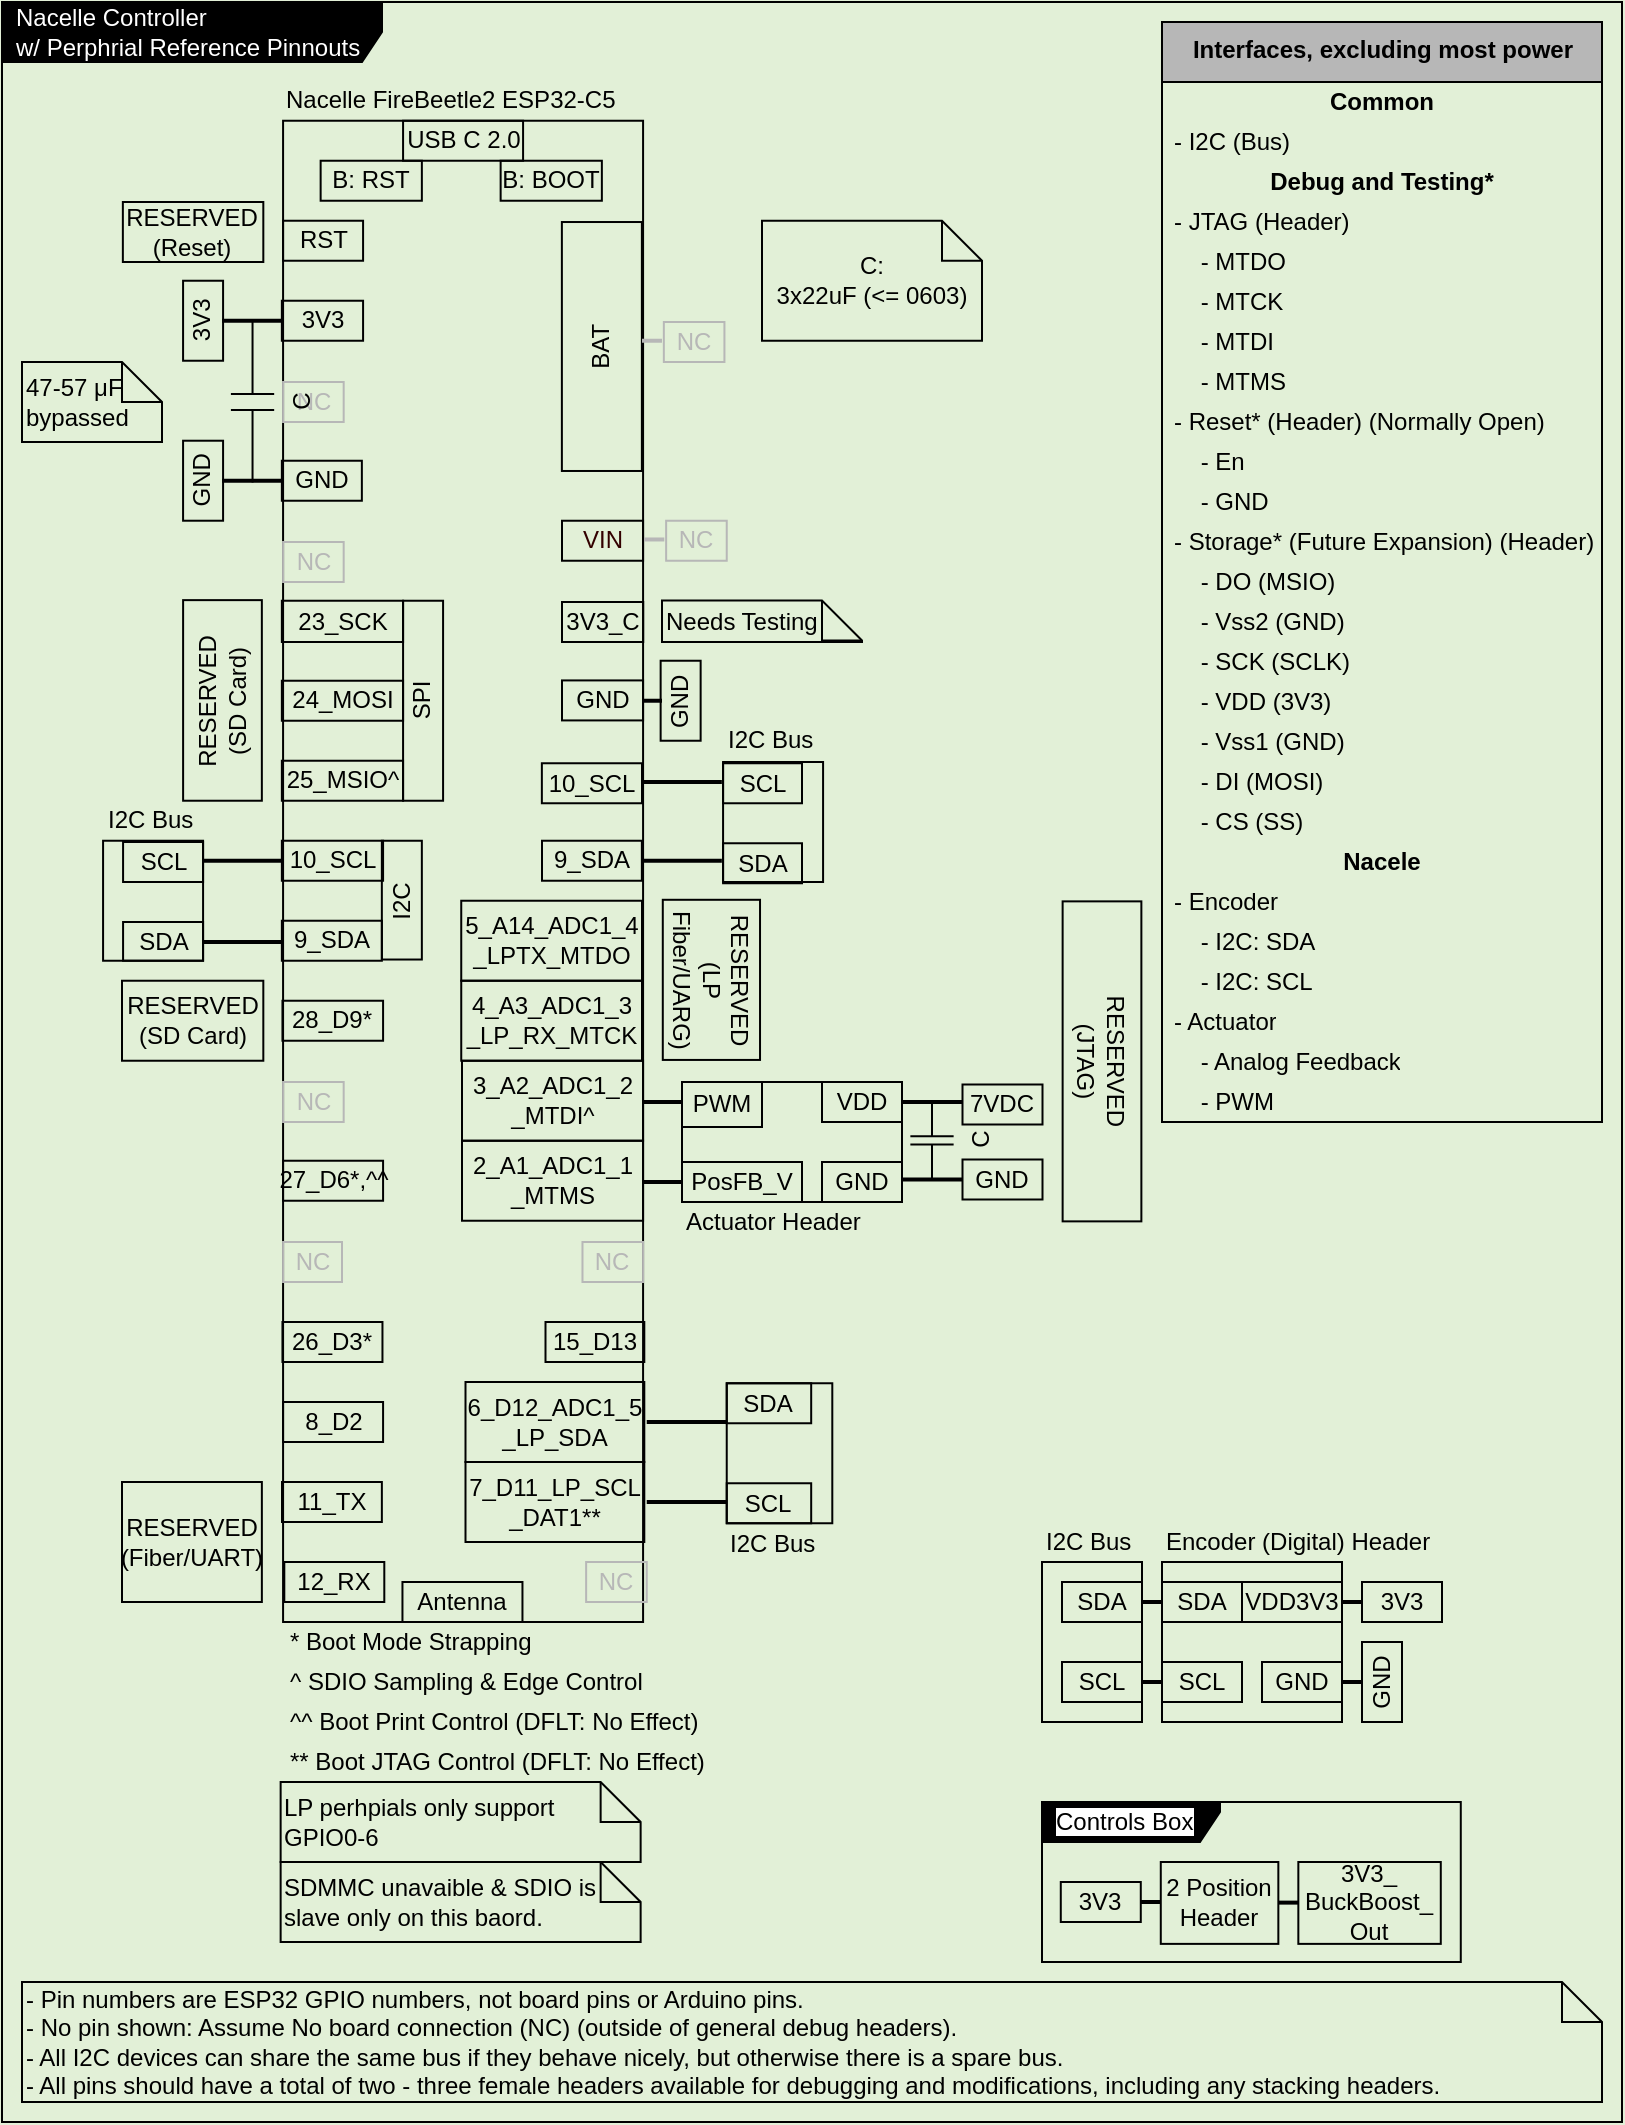
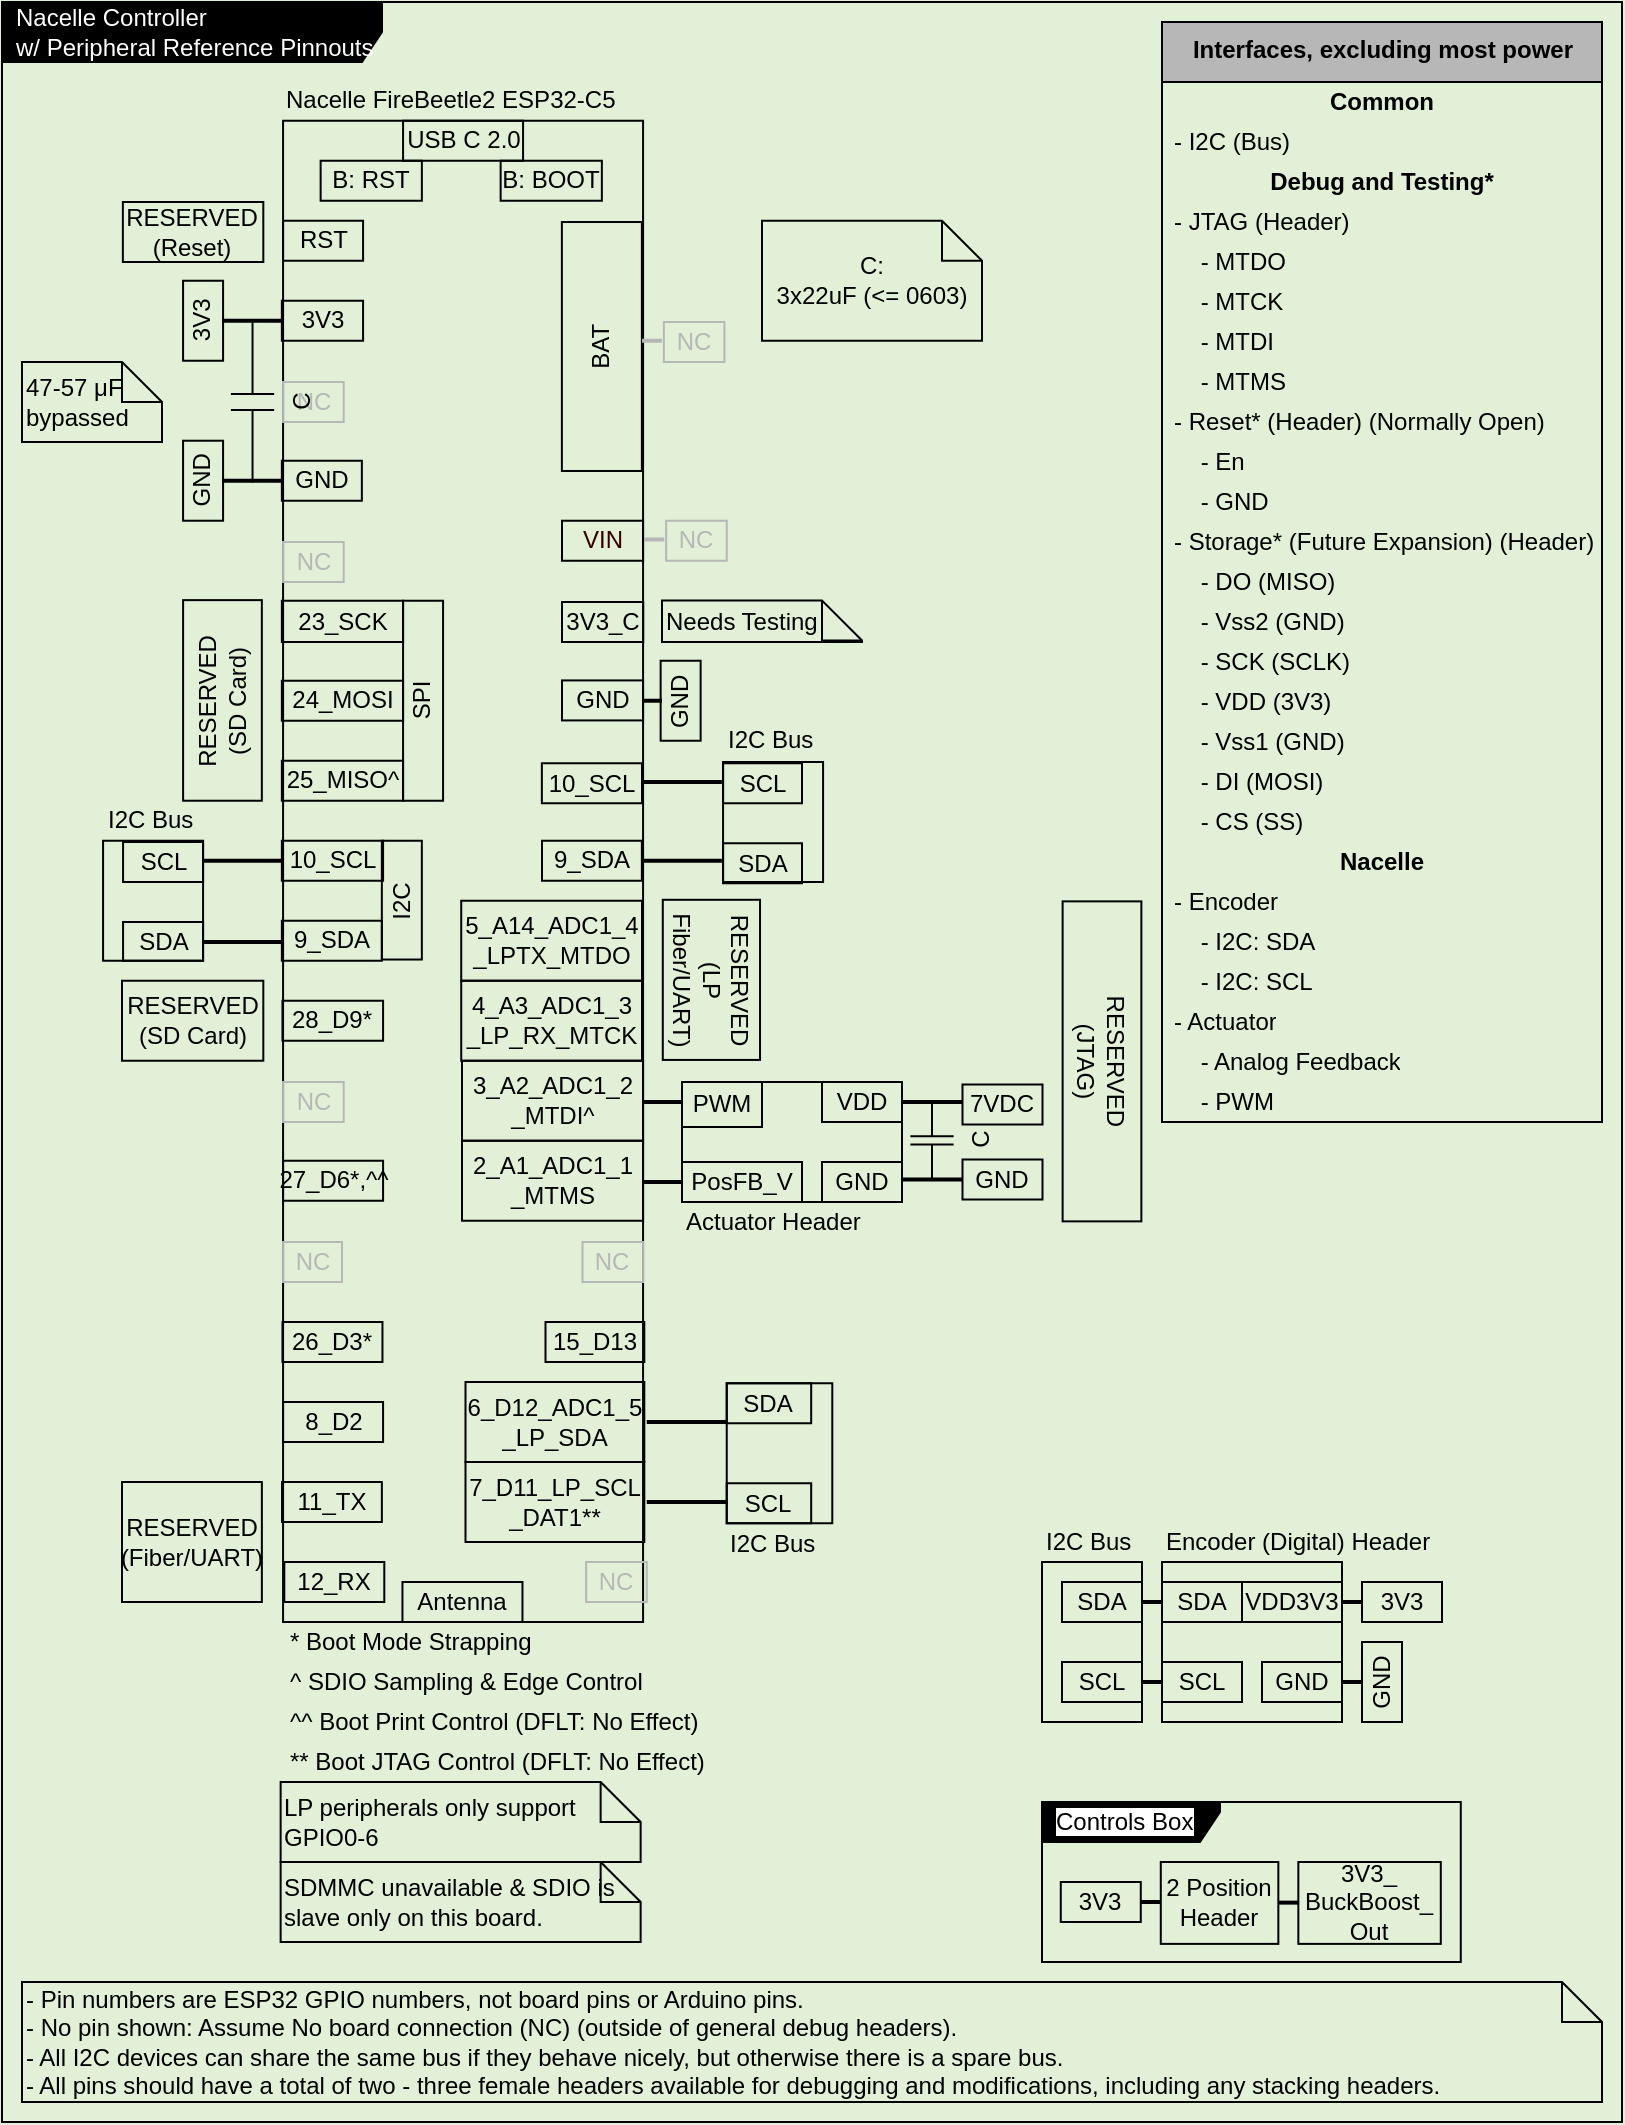
<mxfile host="65bd71144e">
    <diagram id="xW1vHMj48wwB0oUlumkL" name="Page-1">
-         <mxGraphModel dx="702" dy="571" grid="1" gridSize="10" guides="1" tooltips="1" connect="1" arrows="1" fold="1" page="1" pageScale="1" pageWidth="850" pageHeight="1100" background="#E2F0D7" math="0" shadow="0">
+         <mxGraphModel dx="446" dy="249" grid="1" gridSize="10" guides="1" tooltips="1" connect="1" arrows="1" fold="1" page="1" pageScale="1" pageWidth="850" pageHeight="1100" background="#E2F0D7" math="0" shadow="0">
            <root>
                <mxCell id="0"/>
                <mxCell id="1" parent="0"/>
-                 <mxCell id="521" value="&lt;font color=&quot;#ffffff&quot;&gt;Nacelle Controller&lt;br&gt;w/ Perphrial Reference Pinnouts&lt;/font&gt;" style="shape=umlFrame;whiteSpace=wrap;html=1;width=190;height=30;boundedLbl=1;verticalAlign=middle;align=left;spacingLeft=5;fontColor=#000000;strokeColor=#000000;fillColor=#000000;gradientColor=#000000;fillStyle=solid;movable=1;resizable=1;rotatable=1;deletable=1;editable=1;connectable=1;" parent="1" vertex="1">
+                 <mxCell id="521" value="&lt;font color=&quot;#ffffff&quot;&gt;Nacelle Controller&lt;br&gt;w/ Peripheral Reference Pinnouts&lt;/font&gt;" style="shape=umlFrame;whiteSpace=wrap;html=1;width=190;height=30;boundedLbl=1;verticalAlign=middle;align=left;spacingLeft=5;fontColor=#000000;strokeColor=#000000;fillColor=#000000;gradientColor=#000000;fillStyle=solid;movable=1;resizable=1;rotatable=1;deletable=1;editable=1;connectable=1;" parent="1" vertex="1">
                    <mxGeometry x="20" y="20" width="810" height="1060" as="geometry"/>
                </mxCell>
                <mxCell id="40" value="&lt;span style=&quot;color: rgba(0, 0, 0, 0); font-family: monospace; font-size: 0px; text-align: start;&quot;&gt;%3CmxGraphModel%3E%3Croot%3E%3CmxCell%20id%3D%220%22%2F%3E%3CmxCell%20id%3D%221%22%20parent%3D%220%22%2F%3E%3CmxCell%20id%3D%222%22%20value%3D%22Common%22%20style%3D%22text%3Bhtml%3D1%3BstrokeColor%3Dnone%3BfillColor%3Dnone%3Balign%3Dcenter%3BverticalAlign%3Dmiddle%3BspacingLeft%3D4%3BspacingRight%3D4%3Boverflow%3Dhidden%3Brotatable%3D0%3Bpoints%3D%5B%5B0%2C0.5%5D%2C%5B1%2C0.5%5D%5D%3BportConstraint%3Deastwest%3BfontColor%3D%23000000%3B%22%20vertex%3D%221%22%20parent%3D%221%22%3E%3CmxGeometry%20x%3D%22530%22%20y%3D%2280%22%20width%3D%22272.5%22%20height%3D%2220%22%20as%3D%22geometry%22%2F%3E%3C%2FmxCell%3E%3C%2Froot%3E%3C%2FmxGraphModel%3E&lt;/span&gt;" style="rounded=0;whiteSpace=wrap;html=1;fillColor=none;strokeColor=#000000;fontColor=#000000;" parent="1" vertex="1">
                    <mxGeometry x="160.54" y="79.37" width="180" height="750.63" as="geometry"/>
                </mxCell>
                <mxCell id="147" value="3V3" style="text;html=1;strokeColor=#000000;fillColor=none;align=center;verticalAlign=middle;whiteSpace=wrap;rounded=0;fontColor=#000000;rotation=-90;" parent="1" vertex="1">
                    <mxGeometry x="100.53999999999999" y="169.37" width="40" height="20" as="geometry"/>
                </mxCell>
                <mxCell id="41" value="RST" style="text;html=1;strokeColor=#000000;fillColor=none;align=center;verticalAlign=middle;whiteSpace=wrap;rounded=0;fontColor=#000000;" parent="1" vertex="1">
                    <mxGeometry x="160.54" y="129.37" width="40" height="20" as="geometry"/>
                </mxCell>
                <mxCell id="45" value="Nacelle FireBeetle2 ESP32-C5" style="text;html=1;strokeColor=none;fillColor=none;align=left;verticalAlign=middle;whiteSpace=wrap;rounded=0;fontColor=#000000;" parent="1" vertex="1">
                    <mxGeometry x="159.92999999999998" y="59.37" width="180.61" height="20" as="geometry"/>
                </mxCell>
                <mxCell id="46" value="3V3" style="text;html=1;strokeColor=#000000;fillColor=none;align=center;verticalAlign=middle;whiteSpace=wrap;rounded=0;fontColor=#000000;" parent="1" vertex="1">
                    <mxGeometry x="159.92999999999998" y="169.37" width="40.61" height="20" as="geometry"/>
                </mxCell>
                <mxCell id="50" value="GND" style="text;html=1;strokeColor=#000000;fillColor=none;align=center;verticalAlign=middle;whiteSpace=wrap;rounded=0;fontColor=#000000;" parent="1" vertex="1">
                    <mxGeometry x="159.92999999999998" y="249.37" width="40" height="20" as="geometry"/>
                </mxCell>
                <mxCell id="62" value="23_SCK" style="text;html=1;strokeColor=#000000;fillColor=none;align=center;verticalAlign=middle;whiteSpace=wrap;rounded=0;fontColor=#000000;" parent="1" vertex="1">
                    <mxGeometry x="159.92999999999998" y="319.37" width="60.61" height="20.63" as="geometry"/>
                </mxCell>
                <mxCell id="64" value="24_MOSI" style="text;html=1;strokeColor=#000000;fillColor=none;align=center;verticalAlign=middle;whiteSpace=wrap;rounded=0;fontColor=#000000;" parent="1" vertex="1">
                    <mxGeometry x="159.92999999999998" y="359.37" width="60.61" height="20" as="geometry"/>
                </mxCell>
-                 <mxCell id="66" value="25_MSIO^" style="text;html=1;strokeColor=#000000;fillColor=none;align=center;verticalAlign=middle;whiteSpace=wrap;rounded=0;fontColor=#000000;" parent="1" vertex="1">
+                 <mxCell id="66" value="25_MISO^" style="text;html=1;strokeColor=#000000;fillColor=none;align=center;verticalAlign=middle;whiteSpace=wrap;rounded=0;fontColor=#000000;" parent="1" vertex="1">
                    <mxGeometry x="159.92999999999998" y="399.37" width="60.61" height="20" as="geometry"/>
                </mxCell>
                <mxCell id="69" value="10_SCL" style="text;html=1;strokeColor=#000000;fillColor=none;align=center;verticalAlign=middle;whiteSpace=wrap;rounded=0;fontColor=#000000;" parent="1" vertex="1">
                    <mxGeometry x="289.93" y="400.63" width="50.07" height="20" as="geometry"/>
                </mxCell>
                <mxCell id="71" value="9_SDA" style="text;html=1;strokeColor=#000000;fillColor=none;align=center;verticalAlign=middle;whiteSpace=wrap;rounded=0;fontColor=#000000;" parent="1" vertex="1">
                    <mxGeometry x="290" y="439.37" width="49.93" height="20" as="geometry"/>
                </mxCell>
                <mxCell id="73" value="5_A14_ADC1_4&lt;br&gt;_LPTX_MTDO" style="text;html=1;strokeColor=#000000;fillColor=none;align=center;verticalAlign=middle;whiteSpace=wrap;rounded=0;fontColor=#000000;" parent="1" vertex="1">
                    <mxGeometry x="249.62" y="469.37" width="90.38" height="40" as="geometry"/>
                </mxCell>
                <mxCell id="107" value="10_SCL" style="text;html=1;strokeColor=#000000;fillColor=none;align=center;verticalAlign=middle;whiteSpace=wrap;rounded=0;fontColor=#000000;" parent="1" vertex="1">
                    <mxGeometry x="159.92999999999998" y="439.37" width="50.61" height="20" as="geometry"/>
                </mxCell>
                <mxCell id="110" value="4_A3_ADC1_3&lt;br&gt;_LP_RX_MTCK" style="text;html=1;strokeColor=#000000;fillColor=none;align=center;verticalAlign=middle;whiteSpace=wrap;rounded=0;fontColor=#000000;" parent="1" vertex="1">
                    <mxGeometry x="249.62" y="509.37" width="90.38" height="40" as="geometry"/>
                </mxCell>
                <mxCell id="111" value="9_SDA" style="text;html=1;strokeColor=#000000;fillColor=none;align=center;verticalAlign=middle;whiteSpace=wrap;rounded=0;fontColor=#000000;" parent="1" vertex="1">
                    <mxGeometry x="159.92999999999998" y="479.37" width="50" height="20" as="geometry"/>
                </mxCell>
                <mxCell id="112" value="" style="line;strokeWidth=2;html=1;strokeColor=#000000;fontColor=#000000;" parent="1" vertex="1">
                    <mxGeometry x="130" y="174.37" width="29.93" height="10" as="geometry"/>
                </mxCell>
                <mxCell id="113" value="28_D9*" style="text;html=1;strokeColor=#000000;fillColor=none;align=center;verticalAlign=middle;whiteSpace=wrap;rounded=0;fontColor=#000000;" parent="1" vertex="1">
                    <mxGeometry x="160.23" y="519.37" width="50.31" height="20" as="geometry"/>
                </mxCell>
                <mxCell id="115" value="VIN" style="text;html=1;strokeColor=#000000;fillColor=none;align=center;verticalAlign=middle;whiteSpace=wrap;rounded=0;fontColor=#330000;" parent="1" vertex="1">
                    <mxGeometry x="300" y="279.37" width="40.54" height="20" as="geometry"/>
                </mxCell>
                <mxCell id="118" value="2_A1_ADC1_1&lt;br&gt;_MTMS" style="text;html=1;strokeColor=#000000;fillColor=none;align=center;verticalAlign=middle;whiteSpace=wrap;rounded=0;fontColor=#000000;" parent="1" vertex="1">
                    <mxGeometry x="250" y="589.37" width="90.54" height="40" as="geometry"/>
                </mxCell>
                <mxCell id="123" value="27_D6*,^^" style="text;html=1;strokeColor=#000000;fillColor=none;align=center;verticalAlign=middle;whiteSpace=wrap;rounded=0;fontColor=#000000;" parent="1" vertex="1">
                    <mxGeometry x="160.54" y="599.37" width="50" height="20" as="geometry"/>
                </mxCell>
                <mxCell id="131" value="USB C 2.0" style="text;html=1;strokeColor=#000000;fillColor=none;align=center;verticalAlign=middle;whiteSpace=wrap;rounded=0;fontColor=#000000;" parent="1" vertex="1">
                    <mxGeometry x="220.54" y="79.37" width="60" height="20" as="geometry"/>
                </mxCell>
                <mxCell id="177" value="3_A2_ADC1_2&lt;br&gt;_MTDI^" style="text;html=1;strokeColor=#000000;fillColor=none;align=center;verticalAlign=middle;whiteSpace=wrap;rounded=0;fontColor=#000000;" parent="1" vertex="1">
                    <mxGeometry x="250" y="549.37" width="90.54" height="40" as="geometry"/>
                </mxCell>
                <mxCell id="297" value="&lt;font style=&quot;color: light-dark(rgb(0, 0, 0), rgb(255, 255, 255));&quot;&gt;&lt;b style=&quot;&quot;&gt;Interfaces, excluding most power&lt;/b&gt;&lt;/font&gt;" style="swimlane;fontStyle=0;align=center;verticalAlign=top;childLayout=stackLayout;horizontal=1;startSize=30;horizontalStack=0;resizeParent=1;resizeParentMax=0;resizeLast=0;collapsible=0;marginBottom=0;html=1;fontColor=#000000;strokeColor=#000000;fillColor=#b7b7b7;" parent="1" vertex="1">
                    <mxGeometry x="600" y="30" width="220" height="550" as="geometry"/>
                </mxCell>
                <mxCell id="298" value="&lt;b&gt;&lt;font style=&quot;color: light-dark(rgb(0, 0, 0), rgb(255, 255, 255));&quot;&gt;Common&lt;/font&gt;&lt;/b&gt;" style="text;html=1;strokeColor=none;fillColor=none;align=center;verticalAlign=middle;spacingLeft=4;spacingRight=4;overflow=hidden;rotatable=0;points=[[0,0.5],[1,0.5]];portConstraint=eastwest;fontColor=#000000;" parent="297" vertex="1">
                    <mxGeometry y="30" width="220" height="20" as="geometry"/>
                </mxCell>
                <mxCell id="299" value="- I2C (Bus)" style="text;html=1;align=left;verticalAlign=middle;spacingLeft=4;spacingRight=4;overflow=hidden;rotatable=0;points=[[0,0.5],[1,0.5]];portConstraint=eastwest;fontColor=#000000;strokeColor=none;" parent="297" vertex="1">
                    <mxGeometry y="50" width="220" height="20" as="geometry"/>
                </mxCell>
                <mxCell id="302" value="&lt;b&gt;&lt;font style=&quot;color: light-dark(rgb(0, 0, 0), rgb(255, 255, 255));&quot;&gt;Debug and Testing*&lt;/font&gt;&lt;/b&gt;" style="text;html=1;strokeColor=none;fillColor=none;align=center;verticalAlign=middle;spacingLeft=4;spacingRight=4;overflow=hidden;rotatable=0;points=[[0,0.5],[1,0.5]];portConstraint=eastwest;fontColor=#000000;" parent="297" vertex="1">
                    <mxGeometry y="70" width="220" height="20" as="geometry"/>
                </mxCell>
                <mxCell id="309" value="- JTAG (Header)" style="text;html=1;align=left;verticalAlign=middle;spacingLeft=4;spacingRight=4;overflow=hidden;rotatable=0;points=[[0,0.5],[1,0.5]];portConstraint=eastwest;fontColor=#000000;strokeColor=none;" parent="297" vertex="1">
                    <mxGeometry y="90" width="220" height="20" as="geometry"/>
                </mxCell>
                <mxCell id="313" value="&amp;nbsp; &amp;nbsp; - MTDO" style="text;html=1;align=left;verticalAlign=middle;spacingLeft=4;spacingRight=4;overflow=hidden;rotatable=0;points=[[0,0.5],[1,0.5]];portConstraint=eastwest;fontColor=#000000;strokeColor=none;" parent="297" vertex="1">
                    <mxGeometry y="110" width="220" height="20" as="geometry"/>
                </mxCell>
                <mxCell id="314" value="&amp;nbsp; &amp;nbsp; - MTCK" style="text;html=1;align=left;verticalAlign=middle;spacingLeft=4;spacingRight=4;overflow=hidden;rotatable=0;points=[[0,0.5],[1,0.5]];portConstraint=eastwest;fontColor=#000000;strokeColor=none;" parent="297" vertex="1">
                    <mxGeometry y="130" width="220" height="20" as="geometry"/>
                </mxCell>
                <mxCell id="315" value="&amp;nbsp; &amp;nbsp; - MTDI" style="text;html=1;align=left;verticalAlign=middle;spacingLeft=4;spacingRight=4;overflow=hidden;rotatable=0;points=[[0,0.5],[1,0.5]];portConstraint=eastwest;fontColor=#000000;strokeColor=none;" parent="297" vertex="1">
                    <mxGeometry y="150" width="220" height="20" as="geometry"/>
                </mxCell>
                <mxCell id="310" value="&amp;nbsp; &amp;nbsp; - MTMS" style="text;html=1;align=left;verticalAlign=middle;spacingLeft=4;spacingRight=4;overflow=hidden;rotatable=0;points=[[0,0.5],[1,0.5]];portConstraint=eastwest;fontColor=#000000;strokeColor=none;" parent="297" vertex="1">
                    <mxGeometry y="170" width="220" height="20" as="geometry"/>
                </mxCell>
                <mxCell id="303" value="- Reset* (Header) (Normally Open)" style="text;html=1;align=left;verticalAlign=middle;spacingLeft=4;spacingRight=4;overflow=hidden;rotatable=0;points=[[0,0.5],[1,0.5]];portConstraint=eastwest;fontColor=#000000;strokeColor=none;" parent="297" vertex="1">
                    <mxGeometry y="190" width="220" height="20" as="geometry"/>
                </mxCell>
                <mxCell id="304" value="&amp;nbsp; &amp;nbsp; - En" style="text;html=1;align=left;verticalAlign=middle;spacingLeft=4;spacingRight=4;overflow=hidden;rotatable=0;points=[[0,0.5],[1,0.5]];portConstraint=eastwest;fontColor=#000000;strokeColor=none;" parent="297" vertex="1">
                    <mxGeometry y="210" width="220" height="20" as="geometry"/>
                </mxCell>
                <mxCell id="305" value="&amp;nbsp; &amp;nbsp; - GND" style="text;html=1;align=left;verticalAlign=middle;spacingLeft=4;spacingRight=4;overflow=hidden;rotatable=0;points=[[0,0.5],[1,0.5]];portConstraint=eastwest;fontColor=#000000;strokeColor=none;" parent="297" vertex="1">
                    <mxGeometry y="230" width="220" height="20" as="geometry"/>
                </mxCell>
                <mxCell id="316" value="- Storage* (Future Expansion) (Header)" style="text;html=1;align=left;verticalAlign=middle;spacingLeft=4;spacingRight=4;overflow=hidden;rotatable=0;points=[[0,0.5],[1,0.5]];portConstraint=eastwest;fontColor=#000000;strokeColor=none;" parent="297" vertex="1">
                    <mxGeometry y="250" width="220" height="20" as="geometry"/>
                </mxCell>
-                 <mxCell id="317" value="&lt;font style=&quot;&quot;&gt;&lt;font style=&quot;color: light-dark(rgb(0, 0, 0), rgb(255, 255, 255));&quot;&gt;&amp;nbsp; &amp;nbsp; -&amp;nbsp;&lt;/font&gt;&lt;span style=&quot;text-align: center;&quot;&gt;&lt;font style=&quot;color: light-dark(rgb(0, 0, 0), rgb(255, 255, 255));&quot;&gt;DO (MSIO)&lt;/font&gt;&lt;/span&gt;&lt;/font&gt;" style="text;html=1;align=left;verticalAlign=middle;spacingLeft=4;spacingRight=4;overflow=hidden;rotatable=0;points=[[0,0.5],[1,0.5]];portConstraint=eastwest;fontColor=#000000;strokeColor=none;" parent="297" vertex="1">
+                 <mxCell id="317" value="&lt;font style=&quot;&quot;&gt;&lt;font style=&quot;color: light-dark(rgb(0, 0, 0), rgb(255, 255, 255));&quot;&gt;&amp;nbsp; &amp;nbsp; -&amp;nbsp;&lt;/font&gt;&lt;span style=&quot;text-align: center;&quot;&gt;&lt;font style=&quot;color: light-dark(rgb(0, 0, 0), rgb(255, 255, 255));&quot;&gt;DO (MISO)&lt;/font&gt;&lt;/span&gt;&lt;/font&gt;" style="text;html=1;align=left;verticalAlign=middle;spacingLeft=4;spacingRight=4;overflow=hidden;rotatable=0;points=[[0,0.5],[1,0.5]];portConstraint=eastwest;fontColor=#000000;strokeColor=none;" parent="297" vertex="1">
                    <mxGeometry y="270" width="220" height="20" as="geometry"/>
                </mxCell>
                <mxCell id="318" value="&amp;nbsp; &amp;nbsp; - Vss2 (GND)" style="text;html=1;align=left;verticalAlign=middle;spacingLeft=4;spacingRight=4;overflow=hidden;rotatable=0;points=[[0,0.5],[1,0.5]];portConstraint=eastwest;fontColor=#000000;strokeColor=none;" parent="297" vertex="1">
                    <mxGeometry y="290" width="220" height="20" as="geometry"/>
                </mxCell>
                <mxCell id="319" value="&lt;font style=&quot;&quot;&gt;&lt;font style=&quot;color: light-dark(rgb(0, 0, 0), rgb(255, 255, 255));&quot;&gt;&amp;nbsp; &amp;nbsp; -&amp;nbsp;&lt;/font&gt;&lt;span style=&quot;text-align: center;&quot;&gt;&lt;font style=&quot;color: light-dark(rgb(0, 0, 0), rgb(255, 255, 255));&quot;&gt;SCK (SCLK)&lt;/font&gt;&lt;/span&gt;&lt;/font&gt;" style="text;html=1;align=left;verticalAlign=middle;spacingLeft=4;spacingRight=4;overflow=hidden;rotatable=0;points=[[0,0.5],[1,0.5]];portConstraint=eastwest;fontColor=#000000;strokeColor=none;" parent="297" vertex="1">
                    <mxGeometry y="310" width="220" height="20" as="geometry"/>
                </mxCell>
                <mxCell id="320" value="&amp;nbsp; &amp;nbsp; - VDD (3V3)" style="text;html=1;align=left;verticalAlign=middle;spacingLeft=4;spacingRight=4;overflow=hidden;rotatable=0;points=[[0,0.5],[1,0.5]];portConstraint=eastwest;fontColor=#000000;strokeColor=none;" parent="297" vertex="1">
                    <mxGeometry y="330" width="220" height="20" as="geometry"/>
                </mxCell>
                <mxCell id="321" value="&amp;nbsp; &amp;nbsp; - Vss1 (GND)" style="text;html=1;align=left;verticalAlign=middle;spacingLeft=4;spacingRight=4;overflow=hidden;rotatable=0;points=[[0,0.5],[1,0.5]];portConstraint=eastwest;fontColor=#000000;strokeColor=none;" parent="297" vertex="1">
                    <mxGeometry y="350" width="220" height="20" as="geometry"/>
                </mxCell>
                <mxCell id="322" value="&lt;font style=&quot;&quot;&gt;&lt;font style=&quot;color: light-dark(rgb(0, 0, 0), rgb(255, 255, 255));&quot;&gt;&amp;nbsp; &amp;nbsp; -&amp;nbsp;&lt;/font&gt;&lt;span style=&quot;text-align: center;&quot;&gt;&lt;font style=&quot;color: light-dark(rgb(0, 0, 0), rgb(255, 255, 255));&quot;&gt;DI (MOSI)&lt;/font&gt;&lt;/span&gt;&lt;/font&gt;" style="text;html=1;align=left;verticalAlign=middle;spacingLeft=4;spacingRight=4;overflow=hidden;rotatable=0;points=[[0,0.5],[1,0.5]];portConstraint=eastwest;fontColor=#000000;strokeColor=none;" parent="297" vertex="1">
                    <mxGeometry y="370" width="220" height="20" as="geometry"/>
                </mxCell>
                <mxCell id="323" value="&amp;nbsp; &amp;nbsp; - CS (SS)" style="text;html=1;align=left;verticalAlign=middle;spacingLeft=4;spacingRight=4;overflow=hidden;rotatable=0;points=[[0,0.5],[1,0.5]];portConstraint=eastwest;fontColor=#000000;strokeColor=none;" parent="297" vertex="1">
                    <mxGeometry y="390" width="220" height="20" as="geometry"/>
                </mxCell>
-                 <mxCell id="509" value="&lt;b&gt;&lt;font style=&quot;color: light-dark(rgb(0, 0, 0), rgb(255, 255, 255));&quot;&gt;Nacele&lt;/font&gt;&lt;/b&gt;" style="text;html=1;strokeColor=none;fillColor=none;align=center;verticalAlign=middle;spacingLeft=4;spacingRight=4;overflow=hidden;rotatable=0;points=[[0,0.5],[1,0.5]];portConstraint=eastwest;fontColor=#000000;" parent="297" vertex="1">
+                 <mxCell id="509" value="&lt;b&gt;&lt;font style=&quot;color: light-dark(rgb(0, 0, 0), rgb(255, 255, 255));&quot;&gt;Nacelle&lt;/font&gt;&lt;/b&gt;" style="text;html=1;strokeColor=none;fillColor=none;align=center;verticalAlign=middle;spacingLeft=4;spacingRight=4;overflow=hidden;rotatable=0;points=[[0,0.5],[1,0.5]];portConstraint=eastwest;fontColor=#000000;" parent="297" vertex="1">
                    <mxGeometry y="410" width="220" height="20" as="geometry"/>
                </mxCell>
                <mxCell id="510" value="- Encoder&lt;span style=&quot;color: rgba(0, 0, 0, 0); font-family: monospace; font-size: 0px;&quot;&gt;%3CmxGraphModel%3E%3Croot%3E%3CmxCell%20id%3D%220%22%2F%3E%3CmxCell%20id%3D%221%22%20parent%3D%220%22%2F%3E%3CmxCell%20id%3D%222%22%20value%3D%22%26amp%3Bnbsp%3B%20%26amp%3Bnbsp%3B%20-%20CS%20(SS)%22%20style%3D%22text%3Bhtml%3D1%3Balign%3Dleft%3BverticalAlign%3Dmiddle%3BspacingLeft%3D4%3BspacingRight%3D4%3Boverflow%3Dhidden%3Brotatable%3D0%3Bpoints%3D%5B%5B0%2C0.5%5D%2C%5B1%2C0.5%5D%5D%3BportConstraint%3Deastwest%3BfontColor%3D%23000000%3BstrokeColor%3Dnone%3B%22%20vertex%3D%221%22%20parent%3D%221%22%3E%3CmxGeometry%20x%3D%22610%22%20y%3D%22575%22%20width%3D%22220%22%20height%3D%2220%22%20as%3D%22geometry%22%2F%3E%3C%2FmxCell%3E%3C%2Froot%3E%3C%2FmxGraphModel%3E&lt;/span&gt;" style="text;html=1;align=left;verticalAlign=middle;spacingLeft=4;spacingRight=4;overflow=hidden;rotatable=0;points=[[0,0.5],[1,0.5]];portConstraint=eastwest;fontColor=#000000;strokeColor=none;" parent="297" vertex="1">
                    <mxGeometry y="430" width="220" height="20" as="geometry"/>
                </mxCell>
                <mxCell id="617" value="&amp;nbsp; &amp;nbsp; - I2C: SDA" style="text;html=1;align=left;verticalAlign=middle;spacingLeft=4;spacingRight=4;overflow=hidden;rotatable=0;points=[[0,0.5],[1,0.5]];portConstraint=eastwest;fontColor=#000000;strokeColor=none;" parent="297" vertex="1">
                    <mxGeometry y="450" width="220" height="20" as="geometry"/>
                </mxCell>
                <mxCell id="618" value="&amp;nbsp; &amp;nbsp; - I2C: SCL" style="text;html=1;align=left;verticalAlign=middle;spacingLeft=4;spacingRight=4;overflow=hidden;rotatable=0;points=[[0,0.5],[1,0.5]];portConstraint=eastwest;fontColor=#000000;strokeColor=none;" parent="297" vertex="1">
                    <mxGeometry y="470" width="220" height="20" as="geometry"/>
                </mxCell>
                <mxCell id="515" value="- Actuator&lt;span style=&quot;color: rgba(0, 0, 0, 0); font-family: monospace; font-size: 0px;&quot;&gt;%3CmxGraphModel%3E%3Croot%3E%3CmxCell%20id%3D%220%22%2F%3E%3CmxCell%20id%3D%221%22%20parent%3D%220%22%2F%3E%3CmxCell%20id%3D%222%22%20value%3D%22%26amp%3Bnbsp%3B%20%26amp%3Bnbsp%3B%20-%20CS%20(SS)%22%20style%3D%22text%3Bhtml%3D1%3Balign%3Dleft%3BverticalAlign%3Dmiddle%3BspacingLeft%3D4%3BspacingRight%3D4%3Boverflow%3Dhidden%3Brotatable%3D0%3Bpoints%3D%5B%5B0%2C0.5%5D%2C%5B1%2C0.5%5D%5D%3BportConstraint%3Deastwest%3BfontColor%3D%23000000%3BstrokeColor%3Dnone%3B%22%20vertex%3D%221%22%20parent%3D%221%22%3E%3CmxGeometry%20x%3D%22610%22%20y%3D%22575%22%20width%3D%22220%22%20height%3D%2220%22%20as%3D%22geometry%22%2F%3E%3C%2FmxCell%3E%3C%2Froot%3E%3C%2FmxGraphModel%3E&lt;/span&gt;" style="text;html=1;align=left;verticalAlign=middle;spacingLeft=4;spacingRight=4;overflow=hidden;rotatable=0;points=[[0,0.5],[1,0.5]];portConstraint=eastwest;fontColor=#000000;strokeColor=none;" parent="297" vertex="1">
                    <mxGeometry y="490" width="220" height="20" as="geometry"/>
                </mxCell>
                <mxCell id="517" value="&amp;nbsp; &amp;nbsp; - Analog Feedback" style="text;html=1;align=left;verticalAlign=middle;spacingLeft=4;spacingRight=4;overflow=hidden;rotatable=0;points=[[0,0.5],[1,0.5]];portConstraint=eastwest;fontColor=#000000;strokeColor=none;" parent="297" vertex="1">
                    <mxGeometry y="510" width="220" height="20" as="geometry"/>
                </mxCell>
                <mxCell id="516" value="&amp;nbsp; &amp;nbsp; - PWM" style="text;html=1;align=left;verticalAlign=middle;spacingLeft=4;spacingRight=4;overflow=hidden;rotatable=0;points=[[0,0.5],[1,0.5]];portConstraint=eastwest;fontColor=#000000;strokeColor=none;" parent="297" vertex="1">
                    <mxGeometry y="530" width="220" height="20" as="geometry"/>
                </mxCell>
                <mxCell id="432" value="* Boot Mode Strapping" style="text;html=1;strokeColor=none;fillColor=none;align=left;verticalAlign=middle;whiteSpace=wrap;rounded=0;fontColor=#000000;" parent="1" vertex="1">
                    <mxGeometry x="161.76" y="830" width="180.61" height="20" as="geometry"/>
                </mxCell>
                <mxCell id="455" value="&lt;div&gt;&lt;font style=&quot;color: light-dark(rgb(0, 0, 0), rgb(255, 255, 255));&quot;&gt;- Pin numbers are ESP32 GPIO numbers, not board pins or Arduino pins.&lt;/font&gt;&lt;/div&gt;- No pin shown: Assume No board connection (NC) (outside of general debug headers).&lt;br&gt;- All I2C devices can share the same bus if they behave nicely, but otherwise there is a spare bus.&lt;div&gt;&lt;font style=&quot;color: light-dark(rgb(0, 0, 0), rgb(255, 255, 255));&quot;&gt;- All pins should have a total of two - three female headers available&amp;nbsp;for debugging and modifications, including any stacking headers.&lt;/font&gt;&lt;/div&gt;" style="shape=note;size=20;whiteSpace=wrap;html=1;strokeColor=#000000;fontColor=#000000;fillColor=none;align=left;" parent="1" vertex="1">
                    <mxGeometry x="30" y="1010" width="790" height="60" as="geometry"/>
                </mxCell>
-                 <mxCell id="554" value="SDMMC unavaible &amp;amp; SDIO is slave only on this baord." style="shape=note;size=20;whiteSpace=wrap;html=1;strokeColor=#000000;fontColor=#000000;fillColor=none;align=left;" parent="1" vertex="1">
+                 <mxCell id="554" value="SDMMC unavailable &amp;amp; SDIO is slave only on this board." style="shape=note;size=20;whiteSpace=wrap;html=1;strokeColor=#000000;fontColor=#000000;fillColor=none;align=left;" parent="1" vertex="1">
                    <mxGeometry x="159.32" y="950" width="180" height="40" as="geometry"/>
                </mxCell>
                <mxCell id="703" value="" style="group" parent="1" vertex="1" connectable="0">
                    <mxGeometry x="540" y="780" width="200" height="100" as="geometry"/>
                </mxCell>
                <mxCell id="704" value="Encoder (Digital) Header" style="text;html=1;strokeColor=none;fillColor=none;align=left;verticalAlign=middle;whiteSpace=wrap;rounded=0;fontColor=#000000;container=0;" parent="703" vertex="1">
                    <mxGeometry x="60" width="140" height="20" as="geometry"/>
                </mxCell>
                <mxCell id="705" value="" style="rounded=0;whiteSpace=wrap;html=1;fillColor=none;strokeColor=#000000;fontColor=#000000;container=0;" parent="703" vertex="1">
                    <mxGeometry x="60" y="20" width="90" height="80" as="geometry"/>
                </mxCell>
                <mxCell id="706" value="SDA" style="text;html=1;strokeColor=#000000;fillColor=none;align=center;verticalAlign=middle;whiteSpace=wrap;rounded=0;fontColor=#000000;container=0;" parent="703" vertex="1">
                    <mxGeometry x="60" y="30" width="40" height="20" as="geometry"/>
                </mxCell>
                <mxCell id="707" value="SCL" style="text;html=1;strokeColor=#000000;fillColor=none;align=center;verticalAlign=middle;whiteSpace=wrap;rounded=0;fontColor=#000000;container=0;" parent="703" vertex="1">
                    <mxGeometry x="60" y="70" width="40" height="20" as="geometry"/>
                </mxCell>
                <mxCell id="708" value="VDD3V3" style="text;html=1;strokeColor=#000000;fillColor=none;align=center;verticalAlign=middle;whiteSpace=wrap;rounded=0;fontColor=#000000;container=0;" parent="703" vertex="1">
                    <mxGeometry x="100" y="30" width="50" height="20" as="geometry"/>
                </mxCell>
                <mxCell id="709" value="GND" style="text;html=1;strokeColor=#000000;fillColor=none;align=center;verticalAlign=middle;whiteSpace=wrap;rounded=0;fontColor=#000000;container=0;" parent="703" vertex="1">
                    <mxGeometry x="110" y="70" width="40" height="20" as="geometry"/>
                </mxCell>
                <mxCell id="710" value="GND" style="text;html=1;strokeColor=#000000;fillColor=none;align=center;verticalAlign=middle;whiteSpace=wrap;rounded=0;fontColor=#000000;container=0;rotation=-90;" parent="703" vertex="1">
                    <mxGeometry x="150" y="70" width="40" height="20" as="geometry"/>
                </mxCell>
                <mxCell id="711" value="3V3" style="text;html=1;strokeColor=#000000;fillColor=none;align=center;verticalAlign=middle;whiteSpace=wrap;rounded=0;fontColor=#000000;container=0;" parent="703" vertex="1">
                    <mxGeometry x="160" y="30" width="40" height="20" as="geometry"/>
                </mxCell>
                <mxCell id="712" value="" style="line;strokeWidth=2;html=1;strokeColor=#000000;fontColor=#000000;container=0;" parent="703" vertex="1">
                    <mxGeometry x="50" y="35" width="10" height="10" as="geometry"/>
                </mxCell>
                <mxCell id="713" value="" style="line;strokeWidth=2;html=1;strokeColor=#000000;fontColor=#000000;container=0;" parent="703" vertex="1">
                    <mxGeometry x="50" y="75" width="10" height="10" as="geometry"/>
                </mxCell>
                <mxCell id="714" value="" style="line;strokeWidth=2;html=1;strokeColor=#000000;fontColor=#000000;container=0;" parent="703" vertex="1">
                    <mxGeometry x="150" y="35" width="10" height="10" as="geometry"/>
                </mxCell>
                <mxCell id="715" value="" style="line;strokeWidth=2;html=1;strokeColor=#000000;fontColor=#000000;container=0;" parent="703" vertex="1">
                    <mxGeometry x="150" y="75" width="10" height="10" as="geometry"/>
                </mxCell>
                <mxCell id="716" value="I2C Bus" style="text;html=1;strokeColor=none;fillColor=none;align=left;verticalAlign=middle;whiteSpace=wrap;rounded=0;fontColor=#000000;container=0;" parent="703" vertex="1">
                    <mxGeometry width="50" height="20" as="geometry"/>
                </mxCell>
                <mxCell id="717" value="" style="rounded=0;whiteSpace=wrap;html=1;fillColor=none;strokeColor=#000000;fontColor=#000000;container=0;" parent="703" vertex="1">
                    <mxGeometry y="20" width="50" height="80" as="geometry"/>
                </mxCell>
                <mxCell id="718" value="SDA" style="text;html=1;strokeColor=#000000;fillColor=none;align=center;verticalAlign=middle;whiteSpace=wrap;rounded=0;fontColor=#000000;container=0;" parent="703" vertex="1">
                    <mxGeometry x="10" y="30" width="40" height="20" as="geometry"/>
                </mxCell>
                <mxCell id="719" value="SCL" style="text;html=1;strokeColor=#000000;fillColor=none;align=center;verticalAlign=middle;whiteSpace=wrap;rounded=0;fontColor=#000000;container=0;" parent="703" vertex="1">
                    <mxGeometry x="10" y="70" width="40" height="20" as="geometry"/>
                </mxCell>
                <mxCell id="720" value="B: RST" style="text;html=1;strokeColor=#000000;fillColor=none;align=center;verticalAlign=middle;whiteSpace=wrap;rounded=0;fontColor=#000000;" parent="1" vertex="1">
                    <mxGeometry x="179.32" y="99.37" width="50.61" height="20" as="geometry"/>
                </mxCell>
                <mxCell id="721" value="B: BOOT" style="text;html=1;strokeColor=#000000;fillColor=none;align=center;verticalAlign=middle;whiteSpace=wrap;rounded=0;fontColor=#000000;" parent="1" vertex="1">
                    <mxGeometry x="269.32000000000005" y="99.37" width="50.61" height="20" as="geometry"/>
                </mxCell>
                <mxCell id="724" value="BAT" style="text;html=1;strokeColor=#000000;fillColor=none;align=center;verticalAlign=middle;whiteSpace=wrap;rounded=0;fontColor=#000000;rotation=-90;" parent="1" vertex="1">
                    <mxGeometry x="257.7" y="172.25" width="124.48" height="40" as="geometry"/>
                </mxCell>
                <mxCell id="725" value="GND" style="text;html=1;strokeColor=#000000;fillColor=none;align=center;verticalAlign=middle;whiteSpace=wrap;rounded=0;fontColor=#000000;rotation=-90;" parent="1" vertex="1">
                    <mxGeometry x="100.53999999999999" y="249.36" width="40" height="20" as="geometry"/>
                </mxCell>
                <mxCell id="727" value="" style="line;strokeWidth=2;html=1;strokeColor=#000000;fontColor=#000000;" parent="1" vertex="1">
                    <mxGeometry x="130" y="254.37" width="30.54" height="10" as="geometry"/>
                </mxCell>
                <mxCell id="731" value="SPI" style="text;html=1;strokeColor=#000000;fillColor=none;align=center;verticalAlign=middle;whiteSpace=wrap;rounded=0;fontColor=#000000;rotation=-90;" parent="1" vertex="1">
                    <mxGeometry x="180.54" y="359.37" width="100" height="20" as="geometry"/>
                </mxCell>
                <mxCell id="735" value="" style="group" parent="1" vertex="1" connectable="0">
                    <mxGeometry x="70.54" y="409.37" width="90" height="110.63" as="geometry"/>
                </mxCell>
                <mxCell id="505" value="" style="line;strokeWidth=2;html=1;strokeColor=#000000;fontColor=#000000;" parent="735" vertex="1">
                    <mxGeometry x="50" y="35" width="40" height="10" as="geometry"/>
                </mxCell>
                <mxCell id="506" value="" style="line;strokeWidth=2;html=1;strokeColor=#000000;fontColor=#000000;" parent="735" vertex="1">
                    <mxGeometry x="50" y="75.63" width="40" height="10" as="geometry"/>
                </mxCell>
                <mxCell id="590" value="" style="rounded=0;whiteSpace=wrap;html=1;fillColor=none;strokeColor=#000000;fontColor=#000000;container=0;" parent="735" vertex="1">
                    <mxGeometry y="30" width="50" height="60" as="geometry"/>
                </mxCell>
                <mxCell id="592" value="SCL" style="text;html=1;strokeColor=#000000;fillColor=none;align=center;verticalAlign=middle;whiteSpace=wrap;rounded=0;fontColor=#000000;container=0;" parent="735" vertex="1">
                    <mxGeometry x="10" y="30.629999999999995" width="40" height="20" as="geometry"/>
                </mxCell>
                <mxCell id="593" value="SDA" style="text;html=1;strokeColor=#000000;fillColor=none;align=center;verticalAlign=middle;whiteSpace=wrap;rounded=0;fontColor=#000000;container=0;" parent="735" vertex="1">
                    <mxGeometry x="10" y="70.63" width="40" height="19.37" as="geometry"/>
                </mxCell>
                <mxCell id="591" value="I2C Bus" style="text;html=1;strokeColor=none;fillColor=none;align=left;verticalAlign=middle;whiteSpace=wrap;rounded=0;fontColor=#000000;container=0;" parent="735" vertex="1">
                    <mxGeometry y="10" width="50" height="20" as="geometry"/>
                </mxCell>
                <mxCell id="736" value="I2C" style="text;html=1;strokeColor=#000000;fillColor=none;align=center;verticalAlign=middle;whiteSpace=wrap;rounded=0;fontColor=#000000;rotation=-90;" parent="1" vertex="1">
                    <mxGeometry x="190.23" y="459.07" width="59.39" height="20" as="geometry"/>
                </mxCell>
                <mxCell id="737" value="8_D2" style="text;html=1;strokeColor=#000000;fillColor=none;align=center;verticalAlign=middle;whiteSpace=wrap;rounded=0;fontColor=#000000;" parent="1" vertex="1">
                    <mxGeometry x="160.54" y="720" width="50" height="20" as="geometry"/>
                </mxCell>
                <mxCell id="738" value="11_TX" style="text;html=1;strokeColor=#000000;fillColor=none;align=center;verticalAlign=middle;whiteSpace=wrap;rounded=0;fontColor=#000000;" parent="1" vertex="1">
                    <mxGeometry x="160" y="760" width="49.93" height="20" as="geometry"/>
                </mxCell>
                <mxCell id="739" value="12_RX" style="text;html=1;strokeColor=#000000;fillColor=none;align=center;verticalAlign=middle;whiteSpace=wrap;rounded=0;fontColor=#000000;" parent="1" vertex="1">
                    <mxGeometry x="161.15" y="800" width="50" height="20" as="geometry"/>
                </mxCell>
                <mxCell id="741" value="Antenna" style="text;html=1;strokeColor=#000000;fillColor=none;align=center;verticalAlign=middle;whiteSpace=wrap;rounded=0;fontColor=#000000;" parent="1" vertex="1">
                    <mxGeometry x="220.23" y="810" width="60" height="20" as="geometry"/>
                </mxCell>
                <mxCell id="748" value="NC" style="text;html=1;strokeColor=#B7B7B7;fillColor=none;align=center;verticalAlign=middle;whiteSpace=wrap;rounded=0;fontColor=#B7B7B7;" parent="1" vertex="1">
                    <mxGeometry x="160.54" y="210" width="30.3" height="20" as="geometry"/>
                </mxCell>
                <mxCell id="749" value="NC" style="text;html=1;strokeColor=#B7B7B7;fillColor=none;align=center;verticalAlign=middle;whiteSpace=wrap;rounded=0;fontColor=#B7B7B7;" parent="1" vertex="1">
                    <mxGeometry x="160.54" y="290" width="30.3" height="20" as="geometry"/>
                </mxCell>
                <mxCell id="750" value="GND" style="text;html=1;strokeColor=#000000;fillColor=none;align=center;verticalAlign=middle;whiteSpace=wrap;rounded=0;fontColor=#000000;" parent="1" vertex="1">
                    <mxGeometry x="300" y="359.21" width="40.54" height="20" as="geometry"/>
                </mxCell>
                <mxCell id="751" value="GND" style="text;html=1;strokeColor=#000000;fillColor=none;align=center;verticalAlign=middle;whiteSpace=wrap;rounded=0;fontColor=#000000;rotation=-90;" parent="1" vertex="1">
                    <mxGeometry x="339.32" y="359.37000000000006" width="40" height="20" as="geometry"/>
                </mxCell>
                <mxCell id="755" value="" style="line;strokeWidth=2;html=1;strokeColor=#000000;fontColor=#000000;" parent="1" vertex="1">
                    <mxGeometry x="340.54" y="364.37" width="9.46" height="10" as="geometry"/>
                </mxCell>
                <mxCell id="757" value="" style="line;strokeWidth=2;html=1;strokeColor=#000000;fontColor=#000000;" parent="1" vertex="1">
                    <mxGeometry x="339.93" y="405" width="40" height="10" as="geometry"/>
                </mxCell>
                <mxCell id="758" value="" style="line;strokeWidth=2;html=1;strokeColor=#000000;fontColor=#000000;" parent="1" vertex="1">
                    <mxGeometry x="339.93" y="444.37" width="40" height="10" as="geometry"/>
                </mxCell>
                <mxCell id="766" value="NC" style="text;html=1;strokeColor=#B7B7B7;fillColor=none;align=center;verticalAlign=middle;whiteSpace=wrap;rounded=0;fontColor=#B7B7B7;" parent="1" vertex="1">
                    <mxGeometry x="310.24" y="640" width="30.3" height="20" as="geometry"/>
                </mxCell>
                <mxCell id="768" value="15_D13" style="text;html=1;strokeColor=#000000;fillColor=none;align=center;verticalAlign=middle;whiteSpace=wrap;rounded=0;fontColor=#000000;" parent="1" vertex="1">
                    <mxGeometry x="291.75" y="680" width="49.4" height="20" as="geometry"/>
                </mxCell>
                <mxCell id="769" value="6_D12_ADC1_5&lt;br&gt;_LP_SDA" style="text;html=1;strokeColor=#000000;fillColor=none;align=center;verticalAlign=middle;whiteSpace=wrap;rounded=0;fontColor=#000000;" parent="1" vertex="1">
                    <mxGeometry x="251.75" y="710" width="89.4" height="40" as="geometry"/>
                </mxCell>
                <mxCell id="770" value="7_D11_LP_SCL&lt;br&gt;_DAT1**" style="text;html=1;strokeColor=#000000;fillColor=none;align=center;verticalAlign=middle;whiteSpace=wrap;rounded=0;fontColor=#000000;" parent="1" vertex="1">
                    <mxGeometry x="251.75000000000006" y="750" width="89.4" height="40" as="geometry"/>
                </mxCell>
                <mxCell id="771" value="NC" style="text;html=1;strokeColor=#B7B7B7;fillColor=none;align=center;verticalAlign=middle;whiteSpace=wrap;rounded=0;fontColor=#B7B7B7;" parent="1" vertex="1">
                    <mxGeometry x="312.07" y="800" width="30.3" height="20" as="geometry"/>
                </mxCell>
                <mxCell id="796" value="^ SDIO Sampling &amp;amp; Edge Control" style="text;html=1;strokeColor=none;fillColor=none;align=left;verticalAlign=middle;whiteSpace=wrap;rounded=0;fontColor=#000000;" parent="1" vertex="1">
                    <mxGeometry x="162.37" y="850" width="180" height="20" as="geometry"/>
                </mxCell>
                <mxCell id="798" value="^^ Boot Print Control (DFLT: No Effect)" style="text;html=1;strokeColor=none;fillColor=none;align=left;verticalAlign=middle;whiteSpace=wrap;rounded=0;fontColor=#000000;" parent="1" vertex="1">
                    <mxGeometry x="162.37" y="870" width="210" height="20" as="geometry"/>
                </mxCell>
                <mxCell id="799" value="** Boot JTAG Control (DFLT: No Effect)" style="text;html=1;strokeColor=none;fillColor=none;align=left;verticalAlign=middle;whiteSpace=wrap;rounded=0;fontColor=#000000;" parent="1" vertex="1">
                    <mxGeometry x="162.37" y="890" width="220" height="20" as="geometry"/>
                </mxCell>
                <mxCell id="847" value="RESERVED&lt;div&gt;(SD Card)&lt;/div&gt;" style="text;html=1;strokeColor=#000000;fillColor=none;align=center;verticalAlign=middle;whiteSpace=wrap;rounded=0;fontColor=#000000;rotation=-90;" parent="1" vertex="1">
                    <mxGeometry x="80.09" y="349.53" width="100.3" height="39.37" as="geometry"/>
                </mxCell>
                <mxCell id="849" value="RESERVED&lt;div&gt;(SD Card)&lt;/div&gt;" style="text;html=1;strokeColor=#000000;fillColor=none;align=center;verticalAlign=middle;whiteSpace=wrap;rounded=0;fontColor=#000000;" parent="1" vertex="1">
                    <mxGeometry x="80" y="509.37" width="70.66" height="40" as="geometry"/>
                </mxCell>
                <mxCell id="853" value="" style="group" parent="1" vertex="1" connectable="0">
                    <mxGeometry x="341.15000000000003" y="279.37" width="41.21999999999997" height="20" as="geometry"/>
                </mxCell>
                <mxCell id="202" value="NC" style="text;html=1;strokeColor=#B7B7B7;fillColor=none;align=center;verticalAlign=middle;whiteSpace=wrap;rounded=0;fontColor=#B7B7B7;" parent="853" vertex="1">
                    <mxGeometry x="10.919999999999959" width="30.3" height="20" as="geometry"/>
                </mxCell>
                <mxCell id="203" value="" style="line;strokeWidth=2;html=1;strokeColor=#B7B7B7;fontColor=#000000;" parent="853" vertex="1">
                    <mxGeometry y="4.3700000000000045" width="10" height="10" as="geometry"/>
                </mxCell>
                <mxCell id="854" value="" style="group" parent="1" vertex="1" connectable="0">
                    <mxGeometry x="340.00000000000006" y="180" width="41.21999999999997" height="20" as="geometry"/>
                </mxCell>
                <mxCell id="855" value="NC" style="text;html=1;strokeColor=#B7B7B7;fillColor=none;align=center;verticalAlign=middle;whiteSpace=wrap;rounded=0;fontColor=#B7B7B7;" parent="854" vertex="1">
                    <mxGeometry x="10.919999999999959" width="30.3" height="20" as="geometry"/>
                </mxCell>
                <mxCell id="856" value="" style="line;strokeWidth=2;html=1;strokeColor=#B7B7B7;fontColor=#000000;" parent="854" vertex="1">
                    <mxGeometry y="4.3700000000000045" width="10" height="10" as="geometry"/>
                </mxCell>
-                 <mxCell id="858" value="LP perhpials only support&lt;div&gt;&lt;font style=&quot;color: light-dark(rgb(0, 0, 0), rgb(255, 255, 255));&quot;&gt;GPIO0-6&lt;/font&gt;&lt;/div&gt;" style="shape=note;size=20;whiteSpace=wrap;html=1;strokeColor=#000000;fontColor=#000000;fillColor=none;align=left;" parent="1" vertex="1">
+                 <mxCell id="858" value="LP peripherals only support&lt;div&gt;&lt;font style=&quot;color: light-dark(rgb(0, 0, 0), rgb(255, 255, 255));&quot;&gt;GPIO0-6&lt;/font&gt;&lt;/div&gt;" style="shape=note;size=20;whiteSpace=wrap;html=1;strokeColor=#000000;fontColor=#000000;fillColor=none;align=left;" parent="1" vertex="1">
                    <mxGeometry x="159.32" y="910" width="180" height="40" as="geometry"/>
                </mxCell>
                <mxCell id="909" value="" style="group;fillColor=none;gradientColor=none;" parent="1" vertex="1" connectable="0">
                    <mxGeometry x="540" y="920" width="209.39" height="80" as="geometry"/>
                </mxCell>
                <mxCell id="892" value="&lt;span style=&quot;background-color: light-dark(rgb(255, 255, 255), rgb(0, 0, 0));&quot;&gt;&lt;font style=&quot;color: light-dark(rgb(0, 0, 0), rgb(255, 255, 255));&quot;&gt;Controls&lt;/font&gt;&lt;font style=&quot;color: light-dark(rgb(0, 0, 0), rgb(255, 255, 255));&quot;&gt; &lt;/font&gt;&lt;font style=&quot;color: light-dark(rgb(0, 0, 0), rgb(255, 255, 255));&quot;&gt;Box&lt;/font&gt;&lt;/span&gt;" style="shape=umlFrame;whiteSpace=wrap;html=1;width=89;height=20;boundedLbl=1;verticalAlign=middle;align=left;spacingLeft=5;fontColor=#000000;strokeColor=#000000;fillColor=light-dark(#000000,#000000);gradientColor=none;fillStyle=solid;movable=1;resizable=1;rotatable=1;deletable=1;editable=1;connectable=1;" parent="909" vertex="1">
                    <mxGeometry width="209.39" height="80" as="geometry"/>
                </mxCell>
                <mxCell id="908" value="" style="group" parent="909" vertex="1" connectable="0">
                    <mxGeometry x="9.389999999999986" y="30" width="190" height="40.940000000000055" as="geometry"/>
                </mxCell>
                <mxCell id="900" value="" style="line;strokeWidth=2;html=1;strokeColor=#000000;fontColor=#000000;" parent="908" vertex="1">
                    <mxGeometry x="40" y="15" width="10" height="10" as="geometry"/>
                </mxCell>
                <mxCell id="901" value="&lt;font style=&quot;color: light-dark(rgb(0, 0, 0), rgb(255, 255, 255));&quot;&gt;3V3_&lt;/font&gt;&lt;div&gt;&lt;font style=&quot;color: light-dark(rgb(0, 0, 0), rgb(255, 255, 255));&quot;&gt;BuckBoost_&lt;/font&gt;&lt;/div&gt;&lt;div&gt;&lt;font style=&quot;color: light-dark(rgb(0, 0, 0), rgb(255, 255, 255));&quot;&gt;Out&lt;/font&gt;&lt;/div&gt;" style="text;html=1;strokeColor=#000000;fillColor=none;align=center;verticalAlign=middle;whiteSpace=wrap;rounded=0;fontColor=#000000;rotation=0;" parent="908" vertex="1">
                    <mxGeometry x="118.77999999999997" width="71.22" height="40.94" as="geometry"/>
                </mxCell>
                <mxCell id="903" value="" style="line;strokeWidth=2;html=1;strokeColor=#000000;fontColor=#000000;" parent="908" vertex="1">
                    <mxGeometry x="108.77999999999997" y="15.309999999999945" width="10" height="10" as="geometry"/>
                </mxCell>
                <mxCell id="904" value="3V3" style="text;html=1;strokeColor=#000000;fillColor=none;align=center;verticalAlign=middle;whiteSpace=wrap;rounded=0;fontColor=#000000;rotation=0;" parent="908" vertex="1">
                    <mxGeometry y="10" width="40" height="20" as="geometry"/>
                </mxCell>
                <mxCell id="907" value="&lt;span style=&quot;text-align: left;&quot;&gt;&lt;font style=&quot;color: light-dark(rgb(0, 0, 0), rgb(255, 255, 255));&quot;&gt;2 Position Header&lt;/font&gt;&lt;/span&gt;" style="text;html=1;strokeColor=#000000;fillColor=none;align=center;verticalAlign=middle;whiteSpace=wrap;rounded=0;fontColor=#000000;rotation=0;" parent="908" vertex="1">
                    <mxGeometry x="50" width="58.78" height="40.94" as="geometry"/>
                </mxCell>
                <mxCell id="910" value="NC" style="text;html=1;strokeColor=#B7B7B7;fillColor=none;align=center;verticalAlign=middle;whiteSpace=wrap;rounded=0;fontColor=#B7B7B7;" parent="1" vertex="1">
                    <mxGeometry x="160.54000000000002" y="560" width="30.3" height="20" as="geometry"/>
                </mxCell>
                <mxCell id="911" value="NC" style="text;html=1;strokeColor=#B7B7B7;fillColor=none;align=center;verticalAlign=middle;whiteSpace=wrap;rounded=0;fontColor=#B7B7B7;" parent="1" vertex="1">
                    <mxGeometry x="160.54" y="640" width="29.46" height="20" as="geometry"/>
                </mxCell>
                <mxCell id="914" value="26_D3*" style="text;html=1;strokeColor=#000000;fillColor=none;align=center;verticalAlign=middle;whiteSpace=wrap;rounded=0;fontColor=#000000;" parent="1" vertex="1">
                    <mxGeometry x="160.23" y="680" width="50" height="20" as="geometry"/>
                </mxCell>
                <mxCell id="916" value="" style="group" parent="1" vertex="1" connectable="0">
                    <mxGeometry x="382.37" y="690" width="95" height="110.63" as="geometry"/>
                </mxCell>
                <mxCell id="925" value="" style="group" parent="916" vertex="1" connectable="0">
                    <mxGeometry y="20.629999999999995" width="52.78" height="90" as="geometry"/>
                </mxCell>
                <mxCell id="918" value="" style="rounded=0;whiteSpace=wrap;html=1;fillColor=none;strokeColor=#000000;fontColor=#000000;container=0;" parent="925" vertex="1">
                    <mxGeometry width="52.78" height="70" as="geometry"/>
                </mxCell>
                <mxCell id="919" value="SCL" style="text;html=1;strokeColor=#000000;fillColor=none;align=center;verticalAlign=middle;whiteSpace=wrap;rounded=0;fontColor=#000000;container=0;" parent="925" vertex="1">
                    <mxGeometry y="50" width="42.22222222222222" height="20" as="geometry"/>
                </mxCell>
                <mxCell id="917" value="I2C Bus" style="text;html=1;strokeColor=none;fillColor=none;align=left;verticalAlign=middle;whiteSpace=wrap;rounded=0;fontColor=#000000;container=0;" parent="925" vertex="1">
                    <mxGeometry y="70" width="52.77777777777778" height="20" as="geometry"/>
                </mxCell>
                <mxCell id="920" value="SDA" style="text;html=1;strokeColor=#000000;fillColor=none;align=center;verticalAlign=middle;whiteSpace=wrap;rounded=0;fontColor=#000000;container=0;" parent="925" vertex="1">
                    <mxGeometry y="-3.552713678800501e-15" width="42.22222222222222" height="20" as="geometry"/>
                </mxCell>
                <mxCell id="922" value="" style="line;strokeWidth=2;html=1;strokeColor=#000000;fontColor=#000000;" parent="1" vertex="1">
                    <mxGeometry x="342.37" y="724.9999999999999" width="40" height="10" as="geometry"/>
                </mxCell>
                <mxCell id="923" value="" style="line;strokeWidth=2;html=1;strokeColor=#000000;fontColor=#000000;" parent="1" vertex="1">
                    <mxGeometry x="342.37" y="765" width="40" height="10" as="geometry"/>
                </mxCell>
                <mxCell id="926" value="3V3_C" style="text;html=1;strokeColor=#000000;fillColor=none;align=center;verticalAlign=middle;whiteSpace=wrap;rounded=0;fontColor=#000000;" parent="1" vertex="1">
                    <mxGeometry x="300" y="320" width="40.61" height="20" as="geometry"/>
                </mxCell>
                <mxCell id="931" value="" style="group" parent="1" vertex="1" connectable="0">
                    <mxGeometry x="380.54" y="379.21" width="52.78" height="81.42000000000002" as="geometry"/>
                </mxCell>
                <mxCell id="759" value="I2C Bus" style="text;html=1;strokeColor=none;fillColor=none;align=left;verticalAlign=middle;whiteSpace=wrap;rounded=0;fontColor=#000000;container=0;" parent="931" vertex="1">
                    <mxGeometry width="50" height="20" as="geometry"/>
                </mxCell>
                <mxCell id="760" value="" style="rounded=0;whiteSpace=wrap;html=1;fillColor=none;strokeColor=#000000;fontColor=#000000;container=0;" parent="931" vertex="1">
                    <mxGeometry y="20.79" width="50" height="60" as="geometry"/>
                </mxCell>
                <mxCell id="761" value="SCL" style="text;html=1;strokeColor=#000000;fillColor=none;align=center;verticalAlign=middle;whiteSpace=wrap;rounded=0;fontColor=#000000;container=0;" parent="931" vertex="1">
                    <mxGeometry y="21.420000000000016" width="39.46" height="20" as="geometry"/>
                </mxCell>
                <mxCell id="762" value="SDA" style="text;html=1;strokeColor=#000000;fillColor=none;align=center;verticalAlign=middle;whiteSpace=wrap;rounded=0;fontColor=#000000;container=0;" parent="931" vertex="1">
                    <mxGeometry y="61.420000000000016" width="39.46" height="20" as="geometry"/>
                </mxCell>
                <mxCell id="940" value="" style="group" parent="1" vertex="1" connectable="0">
                    <mxGeometry x="340" y="540" width="200.25" height="88.75" as="geometry"/>
                </mxCell>
                <mxCell id="326" value="" style="rounded=0;whiteSpace=wrap;html=1;fillColor=none;strokeColor=#000000;fontColor=#000000;" parent="940" vertex="1">
                    <mxGeometry x="20" y="20" width="110" height="60" as="geometry"/>
                </mxCell>
                <mxCell id="329" value="PWM" style="text;html=1;strokeColor=#000000;fillColor=none;align=center;verticalAlign=middle;whiteSpace=wrap;rounded=0;fontColor=#000000;" parent="940" vertex="1">
                    <mxGeometry x="20" y="20" width="40" height="22.5" as="geometry"/>
                </mxCell>
                <mxCell id="335" value="VDD" style="text;html=1;strokeColor=#000000;fillColor=none;align=center;verticalAlign=middle;whiteSpace=wrap;rounded=0;fontColor=#000000;" parent="940" vertex="1">
                    <mxGeometry x="90.00000000000006" y="20" width="40" height="20" as="geometry"/>
                </mxCell>
                <mxCell id="336" value="GND" style="text;html=1;strokeColor=#000000;fillColor=none;align=center;verticalAlign=middle;whiteSpace=wrap;rounded=0;fontColor=#000000;" parent="940" vertex="1">
                    <mxGeometry x="90.00000000000006" y="60" width="40" height="20" as="geometry"/>
                </mxCell>
                <mxCell id="458" value="" style="line;strokeWidth=2;html=1;strokeColor=#000000;fontColor=#000000;" parent="940" vertex="1">
                    <mxGeometry x="130" y="25" width="30" height="10" as="geometry"/>
                </mxCell>
                <mxCell id="461" value="" style="line;strokeWidth=2;html=1;strokeColor=#000000;fontColor=#000000;" parent="940" vertex="1">
                    <mxGeometry x="130" y="63.75" width="30" height="10" as="geometry"/>
                </mxCell>
                <mxCell id="499" value="" style="line;strokeWidth=2;html=1;strokeColor=#000000;fontColor=#000000;" parent="940" vertex="1">
                    <mxGeometry y="65" width="20" height="10" as="geometry"/>
                </mxCell>
                <mxCell id="500" value="" style="line;strokeWidth=2;html=1;strokeColor=#000000;fontColor=#000000;" parent="940" vertex="1">
                    <mxGeometry y="25" width="20" height="10" as="geometry"/>
                </mxCell>
                <mxCell id="460" value="GND" style="text;html=1;strokeColor=#000000;fillColor=none;align=center;verticalAlign=middle;whiteSpace=wrap;rounded=0;fontColor=#000000;rotation=0;" parent="940" vertex="1">
                    <mxGeometry x="160.24999999999994" y="58.75" width="40" height="20" as="geometry"/>
                </mxCell>
                <mxCell id="328" value="PosFB_V" style="text;html=1;strokeColor=#000000;fillColor=none;align=center;verticalAlign=middle;whiteSpace=wrap;rounded=0;fontColor=#000000;" parent="940" vertex="1">
                    <mxGeometry x="20" y="60" width="60" height="20" as="geometry"/>
                </mxCell>
                <mxCell id="340" value="7VDC" style="text;html=1;strokeColor=#000000;fillColor=none;align=center;verticalAlign=middle;whiteSpace=wrap;rounded=0;fontColor=#000000;rotation=0;" parent="940" vertex="1">
                    <mxGeometry x="160.25" y="21.25" width="40" height="20" as="geometry"/>
                </mxCell>
                <mxCell id="958" value="C" style="pointerEvents=1;verticalLabelPosition=bottom;shadow=0;dashed=0;align=center;html=1;verticalAlign=top;shape=mxgraph.electrical.capacitors.capacitor_1;rotation=-90;" parent="940" vertex="1">
                    <mxGeometry x="124.94" y="38.370000000000005" width="40.12" height="21.63" as="geometry"/>
                </mxCell>
                <mxCell id="942" value="RESERVED&lt;div&gt;(Reset)&lt;/div&gt;" style="text;html=1;strokeColor=#000000;fillColor=none;align=center;verticalAlign=middle;whiteSpace=wrap;rounded=0;fontColor=#000000;" parent="1" vertex="1">
                    <mxGeometry x="80.43" y="120" width="70.23" height="30" as="geometry"/>
                </mxCell>
                <mxCell id="944" value="&lt;span style=&quot;&quot;&gt;&lt;font style=&quot;color: light-dark(rgb(0, 0, 0), rgb(255, 255, 255));&quot;&gt;Needs Testing&lt;/font&gt;&lt;/span&gt;" style="shape=note;size=20;whiteSpace=wrap;html=1;strokeColor=#000000;fontColor=#000000;fillColor=none;align=left;" parent="1" vertex="1">
                    <mxGeometry x="350" y="319.21" width="100" height="20.79" as="geometry"/>
                </mxCell>
                <mxCell id="946" value="RESERVED&lt;div&gt;(Fiber/UART)&lt;/div&gt;" style="text;html=1;strokeColor=#000000;fillColor=none;align=center;verticalAlign=middle;whiteSpace=wrap;rounded=0;fontColor=#000000;rotation=0;" parent="1" vertex="1">
                    <mxGeometry x="80" y="760" width="69.93" height="60" as="geometry"/>
                </mxCell>
-                 <mxCell id="950" value="RESERVED&lt;div&gt;(LP Fiber/UARG)&lt;/div&gt;" style="text;html=1;strokeColor=#000000;fillColor=none;align=center;verticalAlign=middle;whiteSpace=wrap;rounded=0;fontColor=#000000;rotation=90;" parent="1" vertex="1">
+                 <mxCell id="950" value="RESERVED&lt;div&gt;(LP Fiber/UART)&lt;/div&gt;" style="text;html=1;strokeColor=#000000;fillColor=none;align=center;verticalAlign=middle;whiteSpace=wrap;rounded=0;fontColor=#000000;rotation=90;" parent="1" vertex="1">
                    <mxGeometry x="334.67" y="484.62" width="80.07" height="48.62" as="geometry"/>
                </mxCell>
                <mxCell id="327" value="Actuator Header" style="text;html=1;strokeColor=none;fillColor=none;align=left;verticalAlign=middle;whiteSpace=wrap;rounded=0;fontColor=#000000;" parent="1" vertex="1">
                    <mxGeometry x="360" y="620" width="110" height="20" as="geometry"/>
                </mxCell>
                <mxCell id="954" value="RESERVED&lt;div&gt;(JTAG)&lt;/div&gt;" style="text;html=1;strokeColor=#000000;fillColor=none;align=center;verticalAlign=middle;whiteSpace=wrap;rounded=0;fontColor=#000000;rotation=90;" parent="1" vertex="1">
                    <mxGeometry x="490" y="530" width="160" height="39.37" as="geometry"/>
                </mxCell>
                <mxCell id="956" value="C" style="pointerEvents=1;verticalLabelPosition=bottom;shadow=0;dashed=0;align=center;html=1;verticalAlign=top;shape=mxgraph.electrical.capacitors.capacitor_1;rotation=-90;" parent="1" vertex="1">
                    <mxGeometry x="105.02000000000001" y="209.18" width="80.5" height="21.63" as="geometry"/>
                </mxCell>
                <mxCell id="957" value="&lt;span style=&quot;text-align: center; text-wrap-mode: nowrap;&quot;&gt;&lt;font style=&quot;color: light-dark(rgb(0, 0, 0), rgb(255, 255, 255));&quot;&gt;47-57 μF&lt;/font&gt;&lt;/span&gt;&lt;div&gt;&lt;span style=&quot;text-align: center; text-wrap-mode: nowrap; color: rgb(255, 255, 255);&quot;&gt;&lt;font style=&quot;color: light-dark(rgb(0, 0, 0), rgb(255, 255, 255));&quot;&gt;bypassed&lt;/font&gt;&lt;/span&gt;&lt;/div&gt;" style="shape=note;size=20;whiteSpace=wrap;html=1;strokeColor=#000000;fontColor=#000000;fillColor=none;align=left;" parent="1" vertex="1">
                    <mxGeometry x="30" y="199.99" width="70" height="40" as="geometry"/>
                </mxCell>
                <mxCell id="964" value="&lt;font style=&quot;color: light-dark(rgb(0, 0, 0), rgb(255, 255, 255));&quot;&gt;C:&lt;/font&gt;&lt;div&gt;&lt;font style=&quot;color: light-dark(rgb(0, 0, 0), rgb(255, 255, 255));&quot;&gt;3x22uF (&amp;lt;= 0603)&lt;/font&gt;&lt;/div&gt;" style="shape=note;size=20;whiteSpace=wrap;html=1;fillColor=none;" parent="1" vertex="1">
                    <mxGeometry x="400" y="129.37" width="110" height="60" as="geometry"/>
                </mxCell>
            </root>
        </mxGraphModel>
    </diagram>
</mxfile>